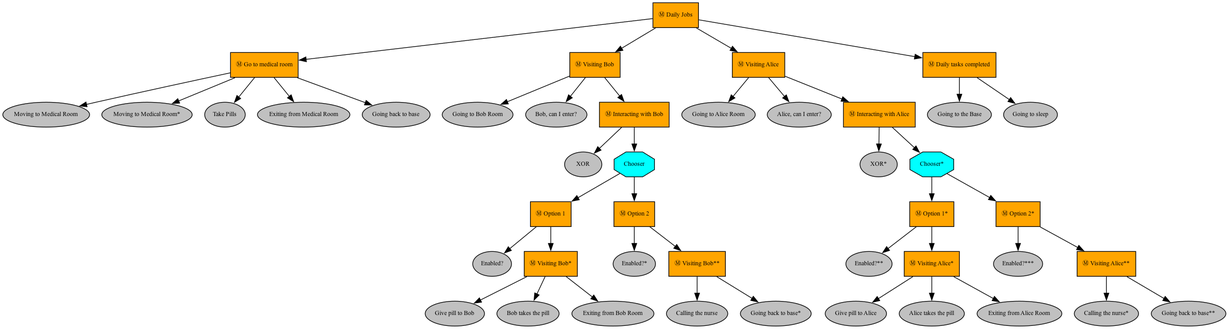
Before: images/daily_jobs.png, a diagram exported from Graphviz (capriele/gssi-human-centric-exam). Its source is kept beside it as images/daily_jobs.dot.
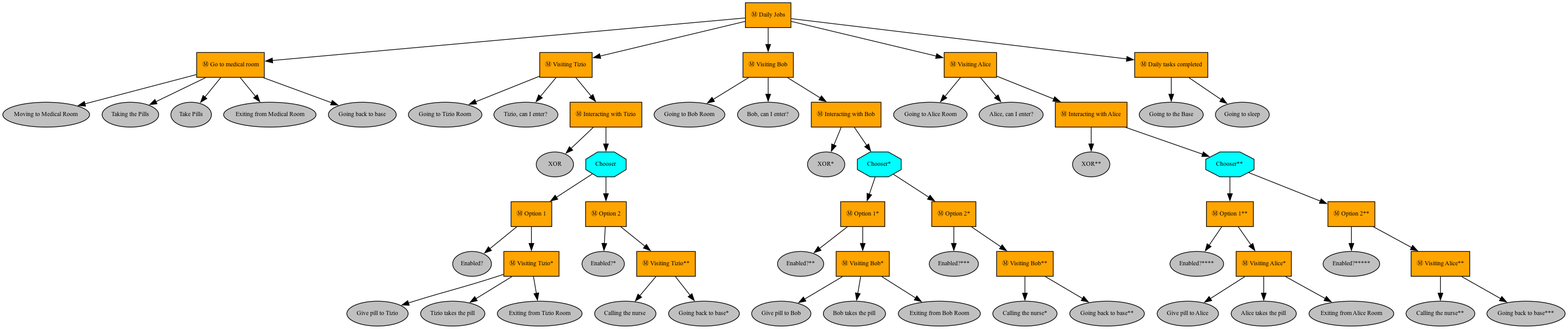
Above is the later version.

Change to the diagram source:
```diff
@@ -8,14 +8,48 @@
 "Daily Jobs" -> "Go to medical room";
 "Moving to Medical Room" [fillcolor=gray, fontcolor=black, fontsize=9, label="Moving to Medical Room", shape=ellipse, style=filled];
 "Go to medical room" -> "Moving to Medical Room";
-"Moving to Medical Room*" [fillcolor=gray, fontcolor=black, fontsize=9, label="Moving to Medical Room*", shape=ellipse, style=filled];
-"Go to medical room" -> "Moving to Medical Room*";
+"Taking the Pills" [fillcolor=gray, fontcolor=black, fontsize=9, label="Taking the Pills", shape=ellipse, style=filled];
+"Go to medical room" -> "Taking the Pills";
 "Take Pills" [fillcolor=gray, fontcolor=black, fontsize=9, label="Take Pills", shape=ellipse, style=filled];
 "Go to medical room" -> "Take Pills";
 "Exiting from Medical Room" [fillcolor=gray, fontcolor=black, fontsize=9, label="Exiting from Medical Room", shape=ellipse, style=filled];
 "Go to medical room" -> "Exiting from Medical Room";
 "Going back to base" [fillcolor=gray, fontcolor=black, fontsize=9, label="Going back to base", shape=ellipse, style=filled];
 "Go to medical room" -> "Going back to base";
+"Visiting Tizio" [fillcolor=orange, fontcolor=black, fontsize=9, label="Ⓜ Visiting Tizio", shape=box, style=filled];
+"Daily Jobs" -> "Visiting Tizio";
+"Going to Tizio Room" [fillcolor=gray, fontcolor=black, fontsize=9, label="Going to Tizio Room", shape=ellipse, style=filled];
+"Visiting Tizio" -> "Going to Tizio Room";
+"Tizio, can I enter?" [fillcolor=gray, fontcolor=black, fontsize=9, label="Tizio, can I enter?", shape=ellipse, style=filled];
+"Visiting Tizio" -> "Tizio, can I enter?";
+"Interacting with Tizio" [fillcolor=orange, fontcolor=black, fontsize=9, label="Ⓜ Interacting with Tizio", shape=box, style=filled];
+"Visiting Tizio" -> "Interacting with Tizio";
+XOR [fillcolor=gray, fontcolor=black, fontsize=9, label=XOR, shape=ellipse, style=filled];
+"Interacting with Tizio" -> XOR;
+Chooser [fillcolor=cyan, fontcolor=black, fontsize=9, label=Chooser, shape=octagon, style=filled];
+"Interacting with Tizio" -> Chooser;
+"Option 1" [fillcolor=orange, fontcolor=black, fontsize=9, label="Ⓜ Option 1", shape=box, style=filled];
+Chooser -> "Option 1";
+"Enabled?" [fillcolor=gray, fontcolor=black, fontsize=9, label="Enabled?", shape=ellipse, style=filled];
+"Option 1" -> "Enabled?";
+"Visiting Tizio*" [fillcolor=orange, fontcolor=black, fontsize=9, label="Ⓜ Visiting Tizio*", shape=box, style=filled];
+"Option 1" -> "Visiting Tizio*";
+"Give pill to Tizio" [fillcolor=gray, fontcolor=black, fontsize=9, label="Give pill to Tizio", shape=ellipse, style=filled];
+"Visiting Tizio*" -> "Give pill to Tizio";
+"Tizio takes the pill" [fillcolor=gray, fontcolor=black, fontsize=9, label="Tizio takes the pill", shape=ellipse, style=filled];
+"Visiting Tizio*" -> "Tizio takes the pill";
+"Exiting from Tizio Room" [fillcolor=gray, fontcolor=black, fontsize=9, label="Exiting from Tizio Room", shape=ellipse, style=filled];
+"Visiting Tizio*" -> "Exiting from Tizio Room";
+"Option 2" [fillcolor=orange, fontcolor=black, fontsize=9, label="Ⓜ Option 2", shape=box, style=filled];
+Chooser -> "Option 2";
+"Enabled?*" [fillcolor=gray, fontcolor=black, fontsize=9, label="Enabled?*", shape=ellipse, style=filled];
+"Option 2" -> "Enabled?*";
+"Visiting Tizio**" [fillcolor=orange, fontcolor=black, fontsize=9, label="Ⓜ Visiting Tizio**", shape=box, style=filled];
+"Option 2" -> "Visiting Tizio**";
+"Calling the nurse" [fillcolor=gray, fontcolor=black, fontsize=9, label="Calling the nurse", shape=ellipse, style=filled];
+"Visiting Tizio**" -> "Calling the nurse";
+"Going back to base*" [fillcolor=gray, fontcolor=black, fontsize=9, label="Going back to base*", shape=ellipse, style=filled];
+"Visiting Tizio**" -> "Going back to base*";
 "Visiting Bob" [fillcolor=orange, fontcolor=black, fontsize=9, label="Ⓜ Visiting Bob", shape=box, style=filled];
 "Daily Jobs" -> "Visiting Bob";
 "Going to Bob Room" [fillcolor=gray, fontcolor=black, fontsize=9, label="Going to Bob Room", shape=ellipse, style=filled];
@@ -24,32 +58,32 @@
 "Visiting Bob" -> "Bob, can I enter?";
 "Interacting with Bob" [fillcolor=orange, fontcolor=black, fontsize=9, label="Ⓜ Interacting with Bob", shape=box, style=filled];
 "Visiting Bob" -> "Interacting with Bob";
-XOR [fillcolor=gray, fontcolor=black, fontsize=9, label=XOR, shape=ellipse, style=filled];
-"Interacting with Bob" -> XOR;
-Chooser [fillcolor=cyan, fontcolor=black, fontsize=9, label=Chooser, shape=octagon, style=filled];
-"Interacting with Bob" -> Chooser;
-"Option 1" [fillcolor=orange, fontcolor=black, fontsize=9, label="Ⓜ Option 1", shape=box, style=filled];
-Chooser -> "Option 1";
-"Enabled?" [fillcolor=gray, fontcolor=black, fontsize=9, label="Enabled?", shape=ellipse, style=filled];
-"Option 1" -> "Enabled?";
+"XOR*" [fillcolor=gray, fontcolor=black, fontsize=9, label="XOR*", shape=ellipse, style=filled];
+"Interacting with Bob" -> "XOR*";
+"Chooser*" [fillcolor=cyan, fontcolor=black, fontsize=9, label="Chooser*", shape=octagon, style=filled];
+"Interacting with Bob" -> "Chooser*";
+"Option 1*" [fillcolor=orange, fontcolor=black, fontsize=9, label="Ⓜ Option 1*", shape=box, style=filled];
+"Chooser*" -> "Option 1*";
+"Enabled?**" [fillcolor=gray, fontcolor=black, fontsize=9, label="Enabled?**", shape=ellipse, style=filled];
+"Option 1*" -> "Enabled?**";
 "Visiting Bob*" [fillcolor=orange, fontcolor=black, fontsize=9, label="Ⓜ Visiting Bob*", shape=box, style=filled];
-"Option 1" -> "Visiting Bob*";
+"Option 1*" -> "Visiting Bob*";
 "Give pill to Bob" [fillcolor=gray, fontcolor=black, fontsize=9, label="Give pill to Bob", shape=ellipse, style=filled];
 "Visiting Bob*" -> "Give pill to Bob";
 "Bob takes the pill" [fillcolor=gray, fontcolor=black, fontsize=9, label="Bob takes the pill", shape=ellipse, style=filled];
 "Visiting Bob*" -> "Bob takes the pill";
 "Exiting from Bob Room" [fillcolor=gray, fontcolor=black, fontsize=9, label="Exiting from Bob Room", shape=ellipse, style=filled];
 "Visiting Bob*" -> "Exiting from Bob Room";
-"Option 2" [fillcolor=orange, fontcolor=black, fontsize=9, label="Ⓜ Option 2", shape=box, style=filled];
-Chooser -> "Option 2";
-"Enabled?*" [fillcolor=gray, fontcolor=black, fontsize=9, label="Enabled?*", shape=ellipse, style=filled];
-"Option 2" -> "Enabled?*";
+"Option 2*" [fillcolor=orange, fontcolor=black, fontsize=9, label="Ⓜ Option 2*", shape=box, style=filled];
+"Chooser*" -> "Option 2*";
+"Enabled?***" [fillcolor=gray, fontcolor=black, fontsize=9, label="Enabled?***", shape=ellipse, style=filled];
+"Option 2*" -> "Enabled?***";
 "Visiting Bob**" [fillcolor=orange, fontcolor=black, fontsize=9, label="Ⓜ Visiting Bob**", shape=box, style=filled];
-"Option 2" -> "Visiting Bob**";
-"Calling the nurse" [fillcolor=gray, fontcolor=black, fontsize=9, label="Calling the nurse", shape=ellipse, style=filled];
-"Visiting Bob**" -> "Calling the nurse";
-"Going back to base*" [fillcolor=gray, fontcolor=black, fontsize=9, label="Going back to base*", shape=ellipse, style=filled];
-"Visiting Bob**" -> "Going back to base*";
+"Option 2*" -> "Visiting Bob**";
+"Calling the nurse*" [fillcolor=gray, fontcolor=black, fontsize=9, label="Calling the nurse*", shape=ellipse, style=filled];
+"Visiting Bob**" -> "Calling the nurse*";
+"Going back to base**" [fillcolor=gray, fontcolor=black, fontsize=9, label="Going back to base**", shape=ellipse, style=filled];
+"Visiting Bob**" -> "Going back to base**";
 "Visiting Alice" [fillcolor=orange, fontcolor=black, fontsize=9, label="Ⓜ Visiting Alice", shape=box, style=filled];
 "Daily Jobs" -> "Visiting Alice";
 "Going to Alice Room" [fillcolor=gray, fontcolor=black, fontsize=9, label="Going to Alice Room", shape=ellipse, style=filled];
@@ -58,32 +92,32 @@
 "Visiting Alice" -> "Alice, can I enter?";
 "Interacting with Alice" [fillcolor=orange, fontcolor=black, fontsize=9, label="Ⓜ Interacting with Alice", shape=box, style=filled];
 "Visiting Alice" -> "Interacting with Alice";
-"XOR*" [fillcolor=gray, fontcolor=black, fontsize=9, label="XOR*", shape=ellipse, style=filled];
-"Interacting with Alice" -> "XOR*";
-"Chooser*" [fillcolor=cyan, fontcolor=black, fontsize=9, label="Chooser*", shape=octagon, style=filled];
-"Interacting with Alice" -> "Chooser*";
-"Option 1*" [fillcolor=orange, fontcolor=black, fontsize=9, label="Ⓜ Option 1*", shape=box, style=filled];
-"Chooser*" -> "Option 1*";
-"Enabled?**" [fillcolor=gray, fontcolor=black, fontsize=9, label="Enabled?**", shape=ellipse, style=filled];
-"Option 1*" -> "Enabled?**";
+"XOR**" [fillcolor=gray, fontcolor=black, fontsize=9, label="XOR**", shape=ellipse, style=filled];
+"Interacting with Alice" -> "XOR**";
+"Chooser**" [fillcolor=cyan, fontcolor=black, fontsize=9, label="Chooser**", shape=octagon, style=filled];
+"Interacting with Alice" -> "Chooser**";
+"Option 1**" [fillcolor=orange, fontcolor=black, fontsize=9, label="Ⓜ Option 1**", shape=box, style=filled];
+"Chooser**" -> "Option 1**";
+"Enabled?****" [fillcolor=gray, fontcolor=black, fontsize=9, label="Enabled?****", shape=ellipse, style=filled];
+"Option 1**" -> "Enabled?****";
 "Visiting Alice*" [fillcolor=orange, fontcolor=black, fontsize=9, label="Ⓜ Visiting Alice*", shape=box, style=filled];
-"Option 1*" -> "Visiting Alice*";
+"Option 1**" -> "Visiting Alice*";
 "Give pill to Alice" [fillcolor=gray, fontcolor=black, fontsize=9, label="Give pill to Alice", shape=ellipse, style=filled];
 "Visiting Alice*" -> "Give pill to Alice";
 "Alice takes the pill" [fillcolor=gray, fontcolor=black, fontsize=9, label="Alice takes the pill", shape=ellipse, style=filled];
 "Visiting Alice*" -> "Alice takes the pill";
 "Exiting from Alice Room" [fillcolor=gray, fontcolor=black, fontsize=9, label="Exiting from Alice Room", shape=ellipse, style=filled];
 "Visiting Alice*" -> "Exiting from Alice Room";
-"Option 2*" [fillcolor=orange, fontcolor=black, fontsize=9, label="Ⓜ Option 2*", shape=box, style=filled];
-"Chooser*" -> "Option 2*";
-"Enabled?***" [fillcolor=gray, fontcolor=black, fontsize=9, label="Enabled?***", shape=ellipse, style=filled];
-"Option 2*" -> "Enabled?***";
+"Option 2**" [fillcolor=orange, fontcolor=black, fontsize=9, label="Ⓜ Option 2**", shape=box, style=filled];
+"Chooser**" -> "Option 2**";
+"Enabled?*****" [fillcolor=gray, fontcolor=black, fontsize=9, label="Enabled?*****", shape=ellipse, style=filled];
+"Option 2**" -> "Enabled?*****";
 "Visiting Alice**" [fillcolor=orange, fontcolor=black, fontsize=9, label="Ⓜ Visiting Alice**", shape=box, style=filled];
-"Option 2*" -> "Visiting Alice**";
-"Calling the nurse*" [fillcolor=gray, fontcolor=black, fontsize=9, label="Calling the nurse*", shape=ellipse, style=filled];
-"Visiting Alice**" -> "Calling the nurse*";
-"Going back to base**" [fillcolor=gray, fontcolor=black, fontsize=9, label="Going back to base**", shape=ellipse, style=filled];
-"Visiting Alice**" -> "Going back to base**";
+"Option 2**" -> "Visiting Alice**";
+"Calling the nurse**" [fillcolor=gray, fontcolor=black, fontsize=9, label="Calling the nurse**", shape=ellipse, style=filled];
+"Visiting Alice**" -> "Calling the nurse**";
+"Going back to base***" [fillcolor=gray, fontcolor=black, fontsize=9, label="Going back to base***", shape=ellipse, style=filled];
+"Visiting Alice**" -> "Going back to base***";
 "Daily tasks completed" [fillcolor=orange, fontcolor=black, fontsize=9, label="Ⓜ Daily tasks completed", shape=box, style=filled];
 "Daily Jobs" -> "Daily tasks completed";
 "Going to the Base" [fillcolor=gray, fontcolor=black, fontsize=9, label="Going to the Base", shape=ellipse, style=filled];
```
